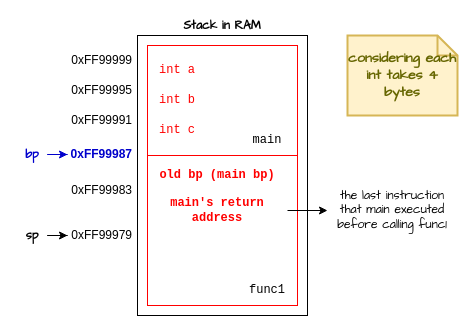
Above: page "calling-fuctions-part4" (5 of 6) of operating-systems/images/the-stack.drawio in rochards/learning-cs (draw.io), before the change. Source tidied: cells renumbered, new cells numbered last; positions are measured from the earlier drawing's top-left corner, leaving out a move shared by most shapes. Both pictures are drawn from the tidied source at 100%, with x=0, y=0 at pixel (17, 35).
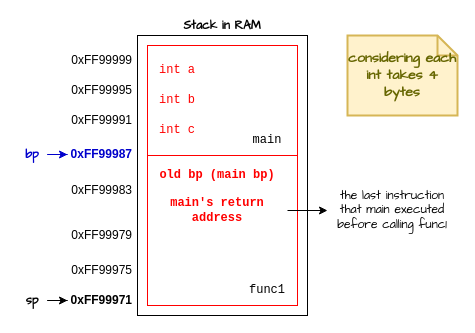
The same page after the edit.

Diff of the diagram source:
```diff
@@
-    <mxCell id="3" style="edgeStyle=orthogonalEdgeStyle;rounded=0;jettySize=auto;html=1;entryX=0;entryY=0.5;entryDx=0;entryDy=0;" parent="1" edge="1" source="4" target="21">
-      <mxGeometry relative="1" as="geometry" />
-    </mxCell>
-    <mxCell id="4" value="&lt;font face=&quot;Architects Daughter&quot;&gt;sp&lt;/font&gt;" style="text;html=1;align=center;verticalAlign=middle;whiteSpace=wrap;rounded=0;fontStyle=1;" parent="1" vertex="1">
-      <mxGeometry y="185" width="30" height="30" as="geometry" />
-    </mxCell>
@@
-    <mxCell id="21" value="0xFF99979" style="text;html=1;align=right;verticalAlign=middle;whiteSpace=wrap;rounded=0;fontStyle=0;spacingRight=3;fontColor=#000000;" parent="1" vertex="1">
-      <mxGeometry x="50" y="185" width="70" height="30" as="geometry" />
-    </mxCell>
@@
+    <mxCell id="25" value="0xFF99975" style="text;html=1;align=right;verticalAlign=middle;whiteSpace=wrap;rounded=0;fontStyle=0;spacingRight=3;" parent="1" vertex="1">
+      <mxGeometry x="50" y="220" width="70" height="30" as="geometry" />
+    </mxCell>
+    <mxCell id="26" style="edgeStyle=orthogonalEdgeStyle;rounded=0;jettySize=auto;html=1;entryX=0;entryY=0.5;entryDx=0;entryDy=0;" parent="1" edge="1" source="4" target="27">
+      <mxGeometry relative="1" as="geometry" />
+    </mxCell>
+    <mxCell id="4" value="&lt;font face=&quot;Architects Daughter&quot;&gt;sp&lt;/font&gt;" style="text;html=1;align=center;verticalAlign=middle;whiteSpace=wrap;rounded=0;fontStyle=1;" parent="1" vertex="1">
+      <mxGeometry y="250" width="30" height="30" as="geometry" />
+    </mxCell>
+    <mxCell id="21" value="0xFF99979" style="text;html=1;align=right;verticalAlign=middle;whiteSpace=wrap;rounded=0;fontStyle=0;spacingRight=3;fontColor=#000000;" parent="1" vertex="1">
+      <mxGeometry x="50" y="185" width="70" height="30" as="geometry" />
+    </mxCell>
+    <mxCell id="27" value="0xFF99971" style="text;html=1;align=right;verticalAlign=middle;whiteSpace=wrap;rounded=0;fontStyle=1;spacingRight=3;" parent="1" vertex="1">
+      <mxGeometry x="50" y="250" width="70" height="30" as="geometry" />
+    </mxCell>
```
